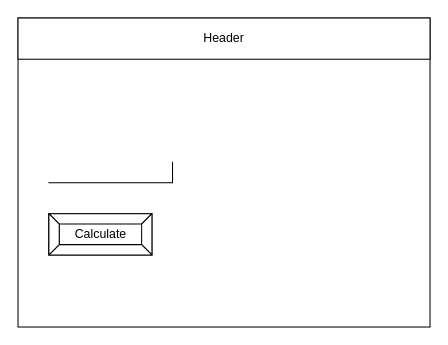
The draw.io diagram design/story-board.drawio in Claire-Bedrossian/ICS2O-Unit5-07-JS, before the edit. Source tidied: cells renumbered, new cells numbered last; positions are measured from the earlier drawing's top-left corner, leaving out a move shared by most shapes. Both pictures are drawn from the tidied source at 103%, with x=0, y=0 at pixel (18, 18).
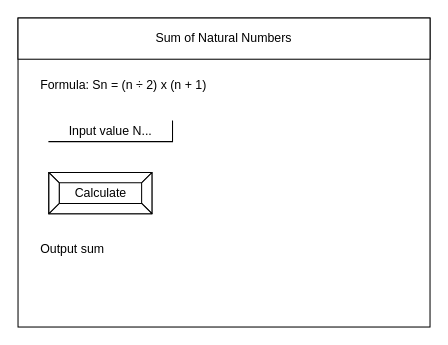
Above is the later version.

Commit message (it also covers changes not shown here):
added storyboard and flowchart

Change to the diagram source:
```diff
@@
 <mxGraphModel>
   <root>
     <mxCell id="0" />
     <mxCell id="1" parent="0" />
     <mxCell id="2" style="rounded=0;whiteSpace=wrap;html=1;" parent="1" vertex="1">
       <mxGeometry width="400" height="300" as="geometry" />
     </mxCell>
-    <mxCell id="3" value="Header" style="rounded=0;whiteSpace=wrap;html=1;" parent="1" vertex="1">
+    <mxCell id="3" value="Sum of Natural Numbers" style="rounded=0;whiteSpace=wrap;html=1;" parent="1" vertex="1">
       <mxGeometry width="400" height="40" as="geometry" />
     </mxCell>
-    <mxCell id="4" style="shape=partialRectangle;whiteSpace=wrap;html=1;top=0;left=0;fillColor=none;" parent="1" vertex="1">
-      <mxGeometry x="30" y="140" width="120" height="20" as="geometry" />
+    <mxCell id="4" value="Input value N..." style="shape=partialRectangle;whiteSpace=wrap;html=1;top=0;left=0;fillColor=none;" parent="1" vertex="1">
+      <mxGeometry x="30" y="100" width="120" height="20" as="geometry" />
     </mxCell>
     <mxCell id="5" value="Calculate" style="labelPosition=center;verticalLabelPosition=middle;align=center;html=1;shape=mxgraph.basic.button;dx=10;" parent="1" vertex="1">
-      <mxGeometry x="30" y="190" width="100" height="40" as="geometry" />
+      <mxGeometry x="30" y="150" width="100" height="40" as="geometry" />
     </mxCell>
+    <mxCell id="6" value="Formula: Sn = (n ÷ 2) x (n + 1)" style="text;html=1;strokeColor=none;fillColor=none;align=left;verticalAlign=middle;whiteSpace=wrap;rounded=0;" parent="1" vertex="1">
+      <mxGeometry x="20" y="50" width="190" height="30" as="geometry" />
+    </mxCell>
+    <mxCell id="7" value="Output sum" style="text;html=1;strokeColor=none;fillColor=none;align=left;verticalAlign=middle;whiteSpace=wrap;rounded=0;" parent="1" vertex="1">
+      <mxGeometry x="20" y="210" width="190" height="30" as="geometry" />
+    </mxCell>
   </root>
 </mxGraphModel>
```
